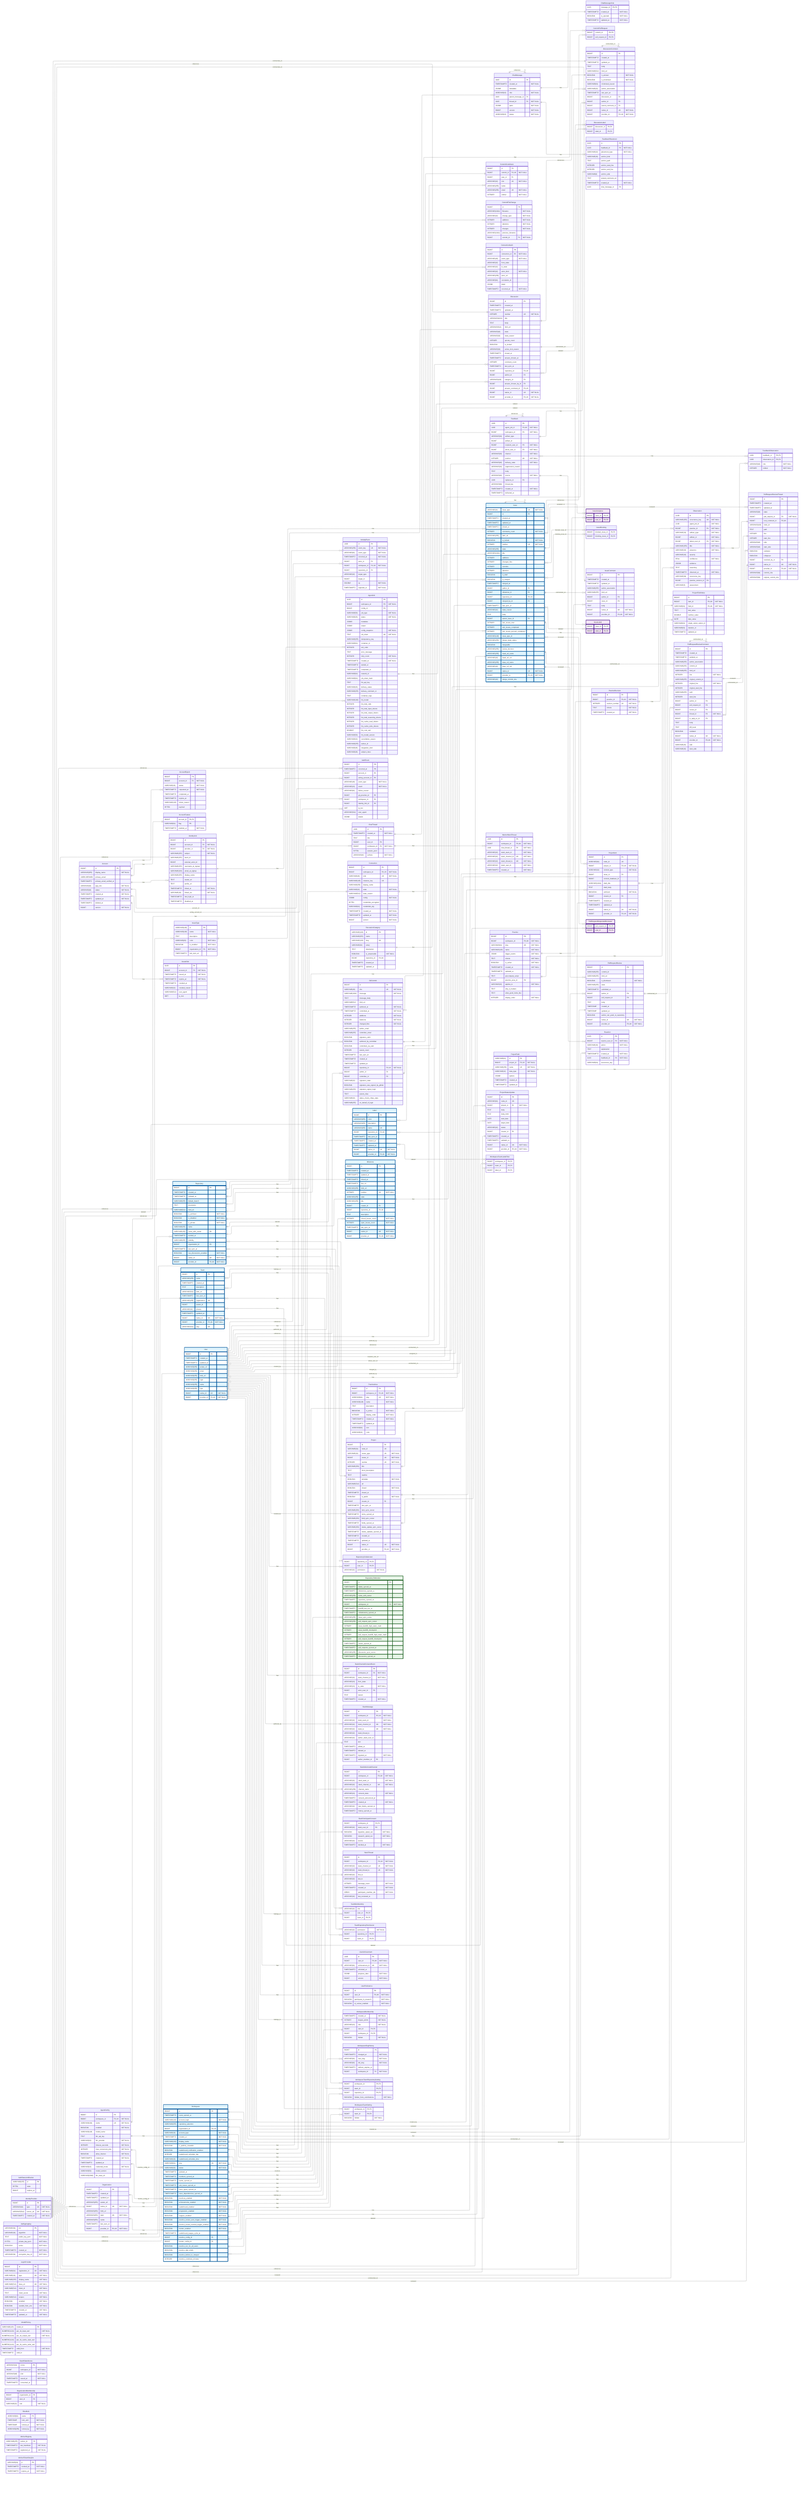
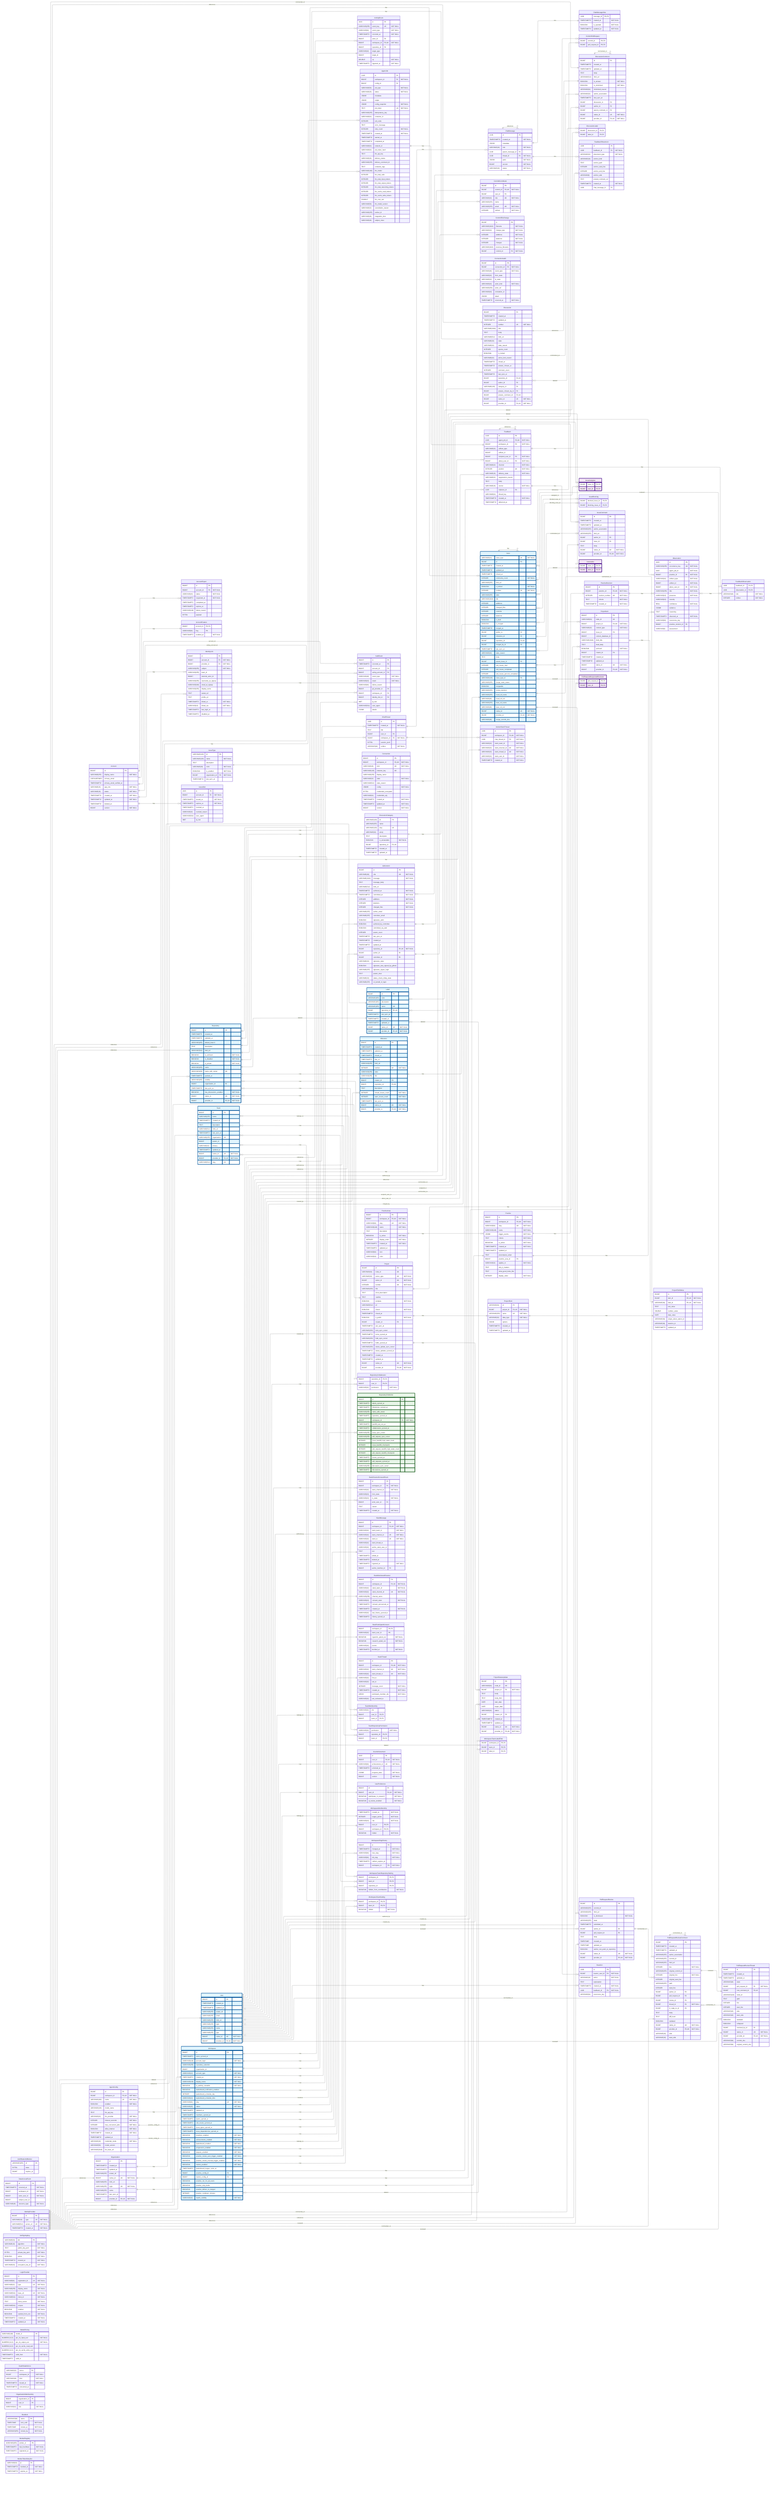
---
config:
    layout: elk
---
erDiagram
    %% Generated automatically from PostgreSQL database schema
    %% using scripts/generate-mermaid-erd.ts
    %% To regenerate: pnpm run db:generate-erd-docs

    direction LR

    Account {
        BIGINT id PK
        VARCHAR(255) display_name "NOT NULL"
        USER-DEFINED primary_email
        TIMESTAMPTZ primary_email_verified_at
        VARCHAR(16) app_role "NOT NULL"
        VARCHAR(16) status "NOT NULL"
        TIMESTAMPTZ created_at "NOT NULL"
        TIMESTAMPTZ updated_at "NOT NULL"
        TIMESTAMPTZ deleted_at
        BIGINT version "NOT NULL"
    }

    AccountExport {
        BIGINT id PK
        BIGINT account_id FK "NOT NULL"
        VARCHAR(16) status "NOT NULL"
        TIMESTAMPTZ requested_at "NOT NULL"
        TIMESTAMPTZ completed_at
        TIMESTAMPTZ expires_at
        VARCHAR(128) failure_reason
        BYTEA payload
    }

    AccountFeature {
        BIGINT account_id PK,FK
        VARCHAR(64) flag PK
        TIMESTAMPTZ enabled_at "NOT NULL"
    }

    ActivityEvent {
        UUID id PK
        VARCHAR(255) event_key UK "NOT NULL"
        VARCHAR(64) event_type "NOT NULL"
        TIMESTAMPTZ occurred_at "NOT NULL"
        BIGINT actor_id FK
        BIGINT workspace_id FK,UK "NOT NULL"
        BIGINT repository_id FK
        VARCHAR(32) target_type
        BIGINT target_id
        DOUBLE xp "NOT NULL"
        TIMESTAMPTZ ingested_at "NOT NULL"
    }

    AgentConfig {
        BIGINT id PK
        BIGINT workspace_id FK,UK "NOT NULL"
        VARCHAR(100) name UK "NOT NULL"
        BOOLEAN enabled "NOT NULL"
        VARCHAR(128) model_name
        TEXT llm_api_key
        VARCHAR(32) llm_provider "NOT NULL"
        INTEGER timeout_seconds "NOT NULL"
        INTEGER max_concurrent_jobs "NOT NULL"
        BOOLEAN allow_internet "NOT NULL"
        TIMESTAMPTZ created_at "NOT NULL"
        TIMESTAMPTZ updated_at
        VARCHAR(16) credential_mode "NOT NULL"
        VARCHAR(50) model_version
        VARCHAR(2048) llm_base_url
    }

    AgentJob {
        UUID id PK
        BIGINT workspace_id FK "NOT NULL"
        BIGINT config_id FK
        VARCHAR(50) job_type "NOT NULL"
        VARCHAR(20) status "NOT NULL"
        JSONB metadata
        JSONB output
        JSONB config_snapshot "NOT NULL"
        TEXT job_token UK "NOT NULL"
        VARCHAR(255) idempotency_key
        VARCHAR(64) container_id
        INTEGER exit_code
        TEXT error_message
        INTEGER retry_count "NOT NULL"
        TIMESTAMPTZ created_at "NOT NULL"
        TIMESTAMPTZ started_at
        TIMESTAMPTZ completed_at
        VARCHAR(64) network_id
        VARCHAR(64) job_token_hash
        TEXT llm_api_key
        VARCHAR(20) delivery_status
        VARCHAR(255) delivery_comment_id
        TEXT container_logs
        VARCHAR(100) llm_model
        INTEGER llm_total_calls
        INTEGER llm_total_input_tokens
        INTEGER llm_total_output_tokens
        INTEGER llm_total_reasoning_tokens
        INTEGER llm_cache_read_tokens
        INTEGER llm_cache_write_tokens
        DOUBLE llm_cost_usd
        VARCHAR(50) llm_model_version
        VARCHAR(32) cancellation_reason
        VARCHAR(255) worker_id
        VARCHAR(48) integration_kind
        VARCHAR(48) subject_class
    }

    AuthEvent {
        BIGINT id PK
        TIMESTAMPTZ occurred_at PK
        BIGINT account_id FK
        BIGINT acting_account_id FK
        VARCHAR(48) event_type "NOT NULL"
        VARCHAR(16) result "NOT NULL"
        VARCHAR(64) failure_reason
        BIGINT git_provider_id FK
        BIGINT workspace_id FK
        BIGINT identity_link_id FK
        INET ip_inet
        VARCHAR(512) user_agent
        JSONB details
    }

    AuthRateLimitBucket {
        VARCHAR(255) id PK
        BYTEA state
        BIGINT expires_at
    }

    ChatMessage {
        UUID id PK
        TIMESTAMPTZ created_at "NOT NULL"
        JSONB metadata
        VARCHAR(16) role "NOT NULL"
        UUID parent_message_id FK
        UUID thread_id FK "NOT NULL"
        JSONB parts "NOT NULL"
        BIGINT version "NOT NULL"
        VARCHAR(16) status "NOT NULL"
    }

    ChatMessageVote {
        UUID message_id PK,FK
        TIMESTAMPTZ created_at "NOT NULL"
        BOOLEAN is_upvoted "NOT NULL"
        TIMESTAMPTZ updated_at "NOT NULL"
    }

    ChatThread {
        UUID id PK
        TIMESTAMPTZ created_at "NOT NULL"
        TEXT title
        BIGINT user_id FK
        BIGINT workspace_id FK "NOT NULL"
        BYTEA session_jsonl
        VARCHAR(16) surface "NOT NULL"
    }

    CommitContributor {
        BIGINT id PK
        BIGINT commit_id FK,UK "NOT NULL"
        BIGINT user_id FK
        VARCHAR(32) role UK "NOT NULL"
        VARCHAR(255) name
        VARCHAR(255) email UK "NOT NULL"
        INTEGER ordinal "NOT NULL"
    }

    CommitFileChange {
        BIGINT id PK
        VARCHAR(1024) filename "NOT NULL"
        VARCHAR(32) change_type "NOT NULL"
        INTEGER additions "NOT NULL"
        INTEGER deletions "NOT NULL"
        INTEGER changes "NOT NULL"
        VARCHAR(1024) previous_filename
        BIGINT commit_id FK "NOT NULL"
    }

    CommitPullRequest {
        BIGINT commit_id PK,FK
        BIGINT pull_request_id PK,FK
    }

    Connection {
        BIGINT id PK
        BIGINT workspace_id FK,UK "NOT NULL"
        VARCHAR(48) kind UK "NOT NULL"
        VARCHAR(128) instance_key UK
        VARCHAR(256) display_name
        VARCHAR(32) state "NOT NULL"
        VARCHAR(512) state_reason
        JSONB config "NOT NULL"
        BYTEA credentials_encrypted
        VARCHAR(64) credentials_alg
        TIMESTAMPTZ created_at "NOT NULL"
        TIMESTAMPTZ updated_at "NOT NULL"
        BIGINT version "NOT NULL"
    }

    ConnectionAudit {
        BIGINT id PK
        BIGINT connection_id FK "NOT NULL"
        VARCHAR(48) event_type "NOT NULL"
        VARCHAR(32) from_state
        VARCHAR(32) to_state
        VARCHAR(32) actor_kind "NOT NULL"
        VARCHAR(256) actor_ref
        VARCHAR(64) correlation_id
        JSONB detail
        TIMESTAMPTZ occurred_at "NOT NULL"
+     }
+ 
+     DataAccessEvent {
+         BIGINT id PK
+         TIMESTAMPTZ occurred_at "NOT NULL"
+         BIGINT workspace_id "NOT NULL"
+         BIGINT actor_user_id "NOT NULL"
+         BIGINT subject_user_id
+         VARCHAR(48) resource_type "NOT NULL"
    }

    Discussion {
        BIGINT id PK
        TIMESTAMPTZ created_at
        TIMESTAMPTZ updated_at
        INTEGER number UK "NOT NULL"
        VARCHAR(1024) title
        TEXT body
        VARCHAR(512) html_url
        VARCHAR(16) state
        VARCHAR(32) state_reason
        INTEGER upvote_count
        BOOLEAN is_locked
        VARCHAR(32) active_lock_reason
        TIMESTAMPTZ closed_at
        TIMESTAMPTZ answer_chosen_at
        INTEGER comment_count
        TIMESTAMPTZ last_sync_at
        BIGINT repository_id FK,UK
        BIGINT author_id FK
        VARCHAR(128) category_id FK
        BIGINT answer_chosen_by_id FK
        BIGINT answer_comment_id FK,UK
        BIGINT native_id UK "NOT NULL"
        BIGINT provider_id FK,UK "NOT NULL"
    }

    DiscussionCategory {
        VARCHAR(128) id PK
        VARCHAR(255) name
        VARCHAR(128) slug UK
        VARCHAR(32) emoji
        TEXT description
        BOOLEAN is_answerable "NOT NULL"
        BIGINT repository_id FK,UK
        TIMESTAMPTZ created_at
        TIMESTAMPTZ updated_at
    }

    DiscussionComment {
        BIGINT id PK
        TIMESTAMPTZ created_at
        TIMESTAMPTZ updated_at
        TEXT body
        VARCHAR(512) html_url
        BOOLEAN is_answer "NOT NULL"
        BOOLEAN is_minimized "NOT NULL"
        VARCHAR(64) minimized_reason
        VARCHAR(32) author_association
        TIMESTAMPTZ last_sync_at
        BIGINT discussion_id FK
        BIGINT author_id FK
        BIGINT parent_comment_id FK
        BIGINT native_id UK "NOT NULL"
        BIGINT provider_id FK,UK "NOT NULL"
    }

    DiscussionLabel {
        BIGINT discussion_id PK,FK
        BIGINT label_id PK,FK
    }

    Feedback {
        UUID id PK
        UUID agent_job_id FK,UK "NOT NULL"
        BIGINT workspace_id FK "NOT NULL"
        VARCHAR(32) artifact_type
        BIGINT artifact_id
        BIGINT recipient_user_id FK "NOT NULL"
        BIGINT about_user_id FK "NOT NULL"
        VARCHAR(32) channel "NOT NULL"
        INTEGER position UK "NOT NULL"
        VARCHAR(16) delivery_state "NOT NULL"
        VARCHAR(32) suppression_reason
        TEXT body
        VARCHAR(16) source "NOT NULL"
        UUID replaces_id FK
        VARCHAR(64) thread_key
        TIMESTAMPTZ created_at "NOT NULL"
        TIMESTAMPTZ delivered_at
    }

    FeedbackObservation {
        UUID feedback_id PK,FK
        UUID observation_id PK,FK
        VARCHAR(16) role "NOT NULL"
        INTEGER ordinal "NOT NULL"
    }

    FeedbackPlacement {
        UUID id PK
        UUID feedback_id FK "NOT NULL"
        VARCHAR(32) placement_type "NOT NULL"
        VARCHAR(16) anchor_kind
        TEXT anchor_path
        INTEGER anchor_start_line
        INTEGER anchor_end_line
        VARCHAR(8) anchor_side
        TEXT posted_comment_ref
        TIMESTAMPTZ created_at "NOT NULL"
        UUID chat_message_id FK
    }

    GitCommit {
        BIGINT id PK
        VARCHAR(40) sha UK "NOT NULL"
        VARCHAR(1024) message "NOT NULL"
        TEXT message_body
        VARCHAR(512) html_url
        TIMESTAMPTZ authored_at "NOT NULL"
        TIMESTAMPTZ committed_at "NOT NULL"
        INTEGER additions "NOT NULL"
        INTEGER deletions "NOT NULL"
        INTEGER changed_files "NOT NULL"
        VARCHAR(255) author_email
        VARCHAR(255) committer_email
        BOOLEAN signature_valid
        BOOLEAN authored_by_committer
        BOOLEAN committed_via_web
        INTEGER parent_count
        TIMESTAMPTZ last_sync_at
        TIMESTAMPTZ created_at
        TIMESTAMPTZ updated_at
        BIGINT repository_id FK,UK "NOT NULL"
        BIGINT author_id FK
        BIGINT committer_id FK
        VARCHAR(32) signature_state
        BOOLEAN signature_was_signed_by_github
        VARCHAR(255) signature_signer_login
        TEXT parent_shas
        VARCHAR(32) status_check_rollup_state
        VARCHAR(255) on_behalf_of_login
    }

    IdentityLink {
        BIGINT id PK
        BIGINT account_id FK "NOT NULL"
        BIGINT provider_id FK "NOT NULL"
        VARCHAR(255) subject "NOT NULL"
        VARCHAR(255) team_id
        BIGINT external_actor_id
        VARCHAR(255) username_at_signup
        VARCHAR(320) email_at_signup
        VARCHAR(255) display_name
        TEXT avatar_url
        TEXT profile_url
        TIMESTAMPTZ linked_at "NOT NULL"
        VARCHAR(16) linked_via "NOT NULL"
        TIMESTAMPTZ last_login_at
        TIMESTAMPTZ disabled_at
    }

    IdentityProvider {
        BIGINT id PK
        VARCHAR(10) type UK "NOT NULL"
        VARCHAR(512) server_url UK "NOT NULL"
        TIMESTAMPTZ created_at "NOT NULL"
    }

    Issue {
        VARCHAR(31) issue_type UK "NOT NULL"
        BIGINT id PK
        TIMESTAMPTZ created_at
        TIMESTAMPTZ updated_at
        TIMESTAMPTZ closed_at
        INTEGER comments_count "NOT NULL"
        VARCHAR(255) html_url
        BOOLEAN is_locked "NOT NULL"
        INTEGER number UK "NOT NULL"
        VARCHAR(255) state
        VARCHAR(1024) title
        INTEGER additions
        INTEGER changed_files
        INTEGER commits
        INTEGER deletions
        BOOLEAN is_draft
        BOOLEAN is_merged
        TIMESTAMPTZ merged_at
        BIGINT author_id FK
        BIGINT milestone_id FK
        BIGINT repository_id FK,UK
        BIGINT merged_by_id FK
        TIMESTAMPTZ last_sync_at
        VARCHAR(32) state_reason
        TEXT body
        BIGINT parent_issue_id FK
        INTEGER sub_issues_total
        INTEGER sub_issues_completed
        INTEGER sub_issues_percent_completed
        VARCHAR(128) issue_type_id FK
        VARCHAR(255) merge_state_status
        BOOLEAN mergeable
        VARCHAR(255) review_decision
        VARCHAR(255) head_ref_name
        VARCHAR(40) head_ref_oid
        VARCHAR(255) base_ref_name
        VARCHAR(40) base_ref_oid
        BIGINT native_id UK "NOT NULL"
        BIGINT provider_id FK,UK "NOT NULL"
        VARCHAR(40) merge_commit_sha
    }

    IssueAssignee {
        BIGINT issue_id PK,FK
        BIGINT user_id PK,FK
    }

    IssueBlocking {
        BIGINT blocked_issue_id PK,FK
        BIGINT blocking_issue_id PK,FK
    }

    IssueComment {
        BIGINT id PK
        TIMESTAMPTZ created_at
        TIMESTAMPTZ updated_at
        VARCHAR(255) author_association
        VARCHAR(255) html_url
        BIGINT author_id FK
        BIGINT issue_id FK
        TEXT body
        BIGINT native_id UK "NOT NULL"
        BIGINT provider_id FK,UK "NOT NULL"
    }

    IssueLabel {
        BIGINT issue_id PK,FK
        BIGINT label_id PK,FK
    }

    IssueType {
        VARCHAR(128) id PK
        VARCHAR(128) name "NOT NULL"
        TEXT description
        VARCHAR(20) color "NOT NULL"
        BOOLEAN is_enabled "NOT NULL"
        BIGINT organization_id FK "NOT NULL"
        TIMESTAMPTZ last_sync_at
    }

    IssuedJwt {
        UUID jti PK
        BIGINT account_id FK "NOT NULL"
        TIMESTAMPTZ issued_at "NOT NULL"
        TIMESTAMPTZ expires_at "NOT NULL"
        TIMESTAMPTZ revoked_at
        VARCHAR(32) revoked_reason
        VARCHAR(512) user_agent
        INET ip_inet
    }

    JwtSigningKey {
        VARCHAR(64) kid PK
        VARCHAR(16) algorithm "NOT NULL"
        TEXT public_key_pem "NOT NULL"
        BYTEA private_key_pem "NOT NULL"
        BOOLEAN active "NOT NULL"
        TIMESTAMPTZ created_at "NOT NULL"
        VARCHAR(64) encryption_key_id "NOT NULL"
    }

    Label {
        BIGINT id PK
        VARCHAR(255) color
        VARCHAR(255) description
        VARCHAR(255) name UK
        BIGINT repository_id FK,UK
        TIMESTAMPTZ last_sync_at
        TIMESTAMPTZ created_at
        TIMESTAMPTZ updated_at
        BIGINT native_id UK "NOT NULL"
        BIGINT provider_id FK,UK "NOT NULL"
    }

    LoginProvider {
        BIGINT id PK
        VARCHAR(64) registration_id UK "NOT NULL"
        VARCHAR(10) type UK "NOT NULL"
        VARCHAR(255) display_name "NOT NULL"
        VARCHAR(512) base_url UK "NOT NULL"
        VARCHAR(512) client_id "NOT NULL"
        TEXT client_secret "NOT NULL"
        VARCHAR(512) scopes "NOT NULL"
        BOOLEAN enabled "NOT NULL"
        BOOLEAN seeded_from_env "NOT NULL"
        TIMESTAMPTZ created_at "NOT NULL"
        TIMESTAMPTZ updated_at "NOT NULL"
    }

    MentorSlackThread {
        UUID id PK
        BIGINT workspace_id FK,UK "NOT NULL"
        UUID chat_thread_id FK "NOT NULL"
        VARCHAR(32) slack_team_id "NOT NULL"
        VARCHAR(32) slack_channel_id UK "NOT NULL"
        VARCHAR(32) slack_thread_ts UK "NOT NULL"
        VARCHAR(32) slack_user_id "NOT NULL"
        TIMESTAMPTZ created_at "NOT NULL"
    }

    Milestone {
        BIGINT id PK
        TIMESTAMPTZ created_at
        TIMESTAMPTZ updated_at
        TIMESTAMPTZ closed_at
        TIMESTAMPTZ due_on
        VARCHAR(255) html_url
        INTEGER number UK "NOT NULL"
        VARCHAR(255) state
        VARCHAR(255) title
        BIGINT creator_id FK
        BIGINT repository_id FK,UK
        TEXT description
        INTEGER closed_issues_count "NOT NULL"
        INTEGER open_issues_count "NOT NULL"
        TIMESTAMPTZ last_sync_at
        BIGINT native_id UK "NOT NULL"
        BIGINT provider_id FK,UK "NOT NULL"
    }

    ModelPricing {
        VARCHAR(128) model_id PK
        NUMERIC(12,6) per_1k_input_usd "NOT NULL"
        NUMERIC(12,6) per_1k_output_usd "NOT NULL"
        NUMERIC(12,6) per_1k_cache_read_usd
        NUMERIC(12,6) per_1k_cache_write_usd
        TIMESTAMPTZ valid_from "NOT NULL"
        TIMESTAMPTZ valid_to
    }

    OauthStateNonce {
        VARCHAR(32) nonce PK
        BIGINT workspace_id "NOT NULL"
        VARCHAR(48) kind "NOT NULL"
        TIMESTAMPTZ issued_at "NOT NULL"
        TIMESTAMPTZ consumed_at
    }

    Observation {
        UUID id PK
        VARCHAR(255) occurrence_key UK "NOT NULL"
        UUID agent_job_id "NOT NULL"
        BIGINT practice_id FK "NOT NULL"
        VARCHAR(32) artifact_type "NOT NULL"
        BIGINT artifact_id "NOT NULL"
        BIGINT about_user_id FK "NOT NULL"
        VARCHAR(255) title "NOT NULL"
        VARCHAR(16) presence "NOT NULL"
        VARCHAR(16) severity
        REAL confidence "NOT NULL"
        JSONB evidence
        TEXT reasoning
        TIMESTAMPTZ observed_at "NOT NULL"
        VARCHAR(64) recurrence_key
        BIGINT practice_revision_id FK
        VARCHAR(8) assessment
    }

    Organization {
        BIGINT id PK
        TIMESTAMPTZ created_at
        TIMESTAMPTZ updated_at
        VARCHAR(255) avatar_url
        BIGINT native_id UK "NOT NULL"
        VARCHAR(255) html_url
        VARCHAR(255) login UK "NOT NULL"
        VARCHAR(255) name
        TIMESTAMPTZ last_sync_at
        BIGINT provider_id FK,UK "NOT NULL"
    }

    OrganizationMembership {
        BIGINT organization_id PK
        BIGINT user_id PK
        VARCHAR(32) role "NOT NULL"
    }

    Practice {
        BIGINT id PK
        BIGINT workspace_id FK,UK "NOT NULL"
        VARCHAR(64) slug UK "NOT NULL"
        VARCHAR(128) name "NOT NULL"
        JSONB trigger_events "NOT NULL"
        TEXT criteria "NOT NULL"
        BOOLEAN is_active "NOT NULL"
        TIMESTAMPTZ created_at "NOT NULL"
        TIMESTAMPTZ updated_at
        TEXT precompute_script
        BIGINT practice_area_id FK
        VARCHAR(32) applies_to "NOT NULL"
        TEXT why_it_matters
        TEXT what_good_looks_like
        INTEGER display_order "NOT NULL"
    }

    PracticeArea {
        BIGINT id PK
        BIGINT workspace_id FK,UK "NOT NULL"
        VARCHAR(64) slug UK "NOT NULL"
        VARCHAR(128) name "NOT NULL"
        TEXT description
        BOOLEAN is_active "NOT NULL"
        INTEGER display_order "NOT NULL"
        TIMESTAMPTZ created_at "NOT NULL"
        TIMESTAMPTZ updated_at
        VARCHAR(64) icon
        VARCHAR(32) color
    }

    PracticeRevision {
        BIGINT id PK
        BIGINT practice_id FK,UK "NOT NULL"
        INTEGER revision_number UK "NOT NULL"
        TEXT criteria "NOT NULL"
        TIMESTAMPTZ created_at "NOT NULL"
    }

    Project {
        BIGINT id PK
        VARCHAR(64) node_id UK
        VARCHAR(32) owner_type UK "NOT NULL"
        BIGINT owner_id UK "NOT NULL"
        INTEGER number UK "NOT NULL"
        VARCHAR(256) title
        TEXT short_description
        TEXT readme
        BOOLEAN template "NOT NULL"
        VARCHAR(512) url
        BOOLEAN closed "NOT NULL"
        TIMESTAMPTZ closed_at
        BOOLEAN is_public "NOT NULL"
        BIGINT creator_id FK
        TIMESTAMPTZ last_sync_at
        VARCHAR(256) item_sync_cursor
        TIMESTAMPTZ items_synced_at
        VARCHAR(256) field_sync_cursor
        TIMESTAMPTZ fields_synced_at
        VARCHAR(256) status_update_sync_cursor
        TIMESTAMPTZ status_updates_synced_at
        TIMESTAMPTZ created_at
        TIMESTAMPTZ updated_at
        BIGINT native_id UK "NOT NULL"
        BIGINT provider_id FK,UK "NOT NULL"
    }

    ProjectField {
        VARCHAR(64) id PK
        BIGINT project_id FK,UK "NOT NULL"
        VARCHAR(256) name UK "NOT NULL"
        VARCHAR(32) data_type "NOT NULL"
        JSONB options
        TIMESTAMPTZ created_at
        TIMESTAMPTZ updated_at
    }

    ProjectFieldValue {
        BIGINT id PK
        BIGINT item_id FK,UK "NOT NULL"
        VARCHAR(64) field_id FK,UK "NOT NULL"
        TEXT text_value
        DOUBLE number_value
        DATE date_value
        VARCHAR(64) single_select_option_id
        VARCHAR(64) iteration_id
        TIMESTAMPTZ updated_at
    }

    ProjectItem {
        BIGINT id PK
        VARCHAR(64) node_id UK
        BIGINT project_id FK,UK "NOT NULL"
        VARCHAR(32) content_type "NOT NULL"
        BIGINT issue_id FK
        BIGINT content_database_id
        VARCHAR(1024) draft_title
        TEXT draft_body
        BOOLEAN archived "NOT NULL"
        BIGINT creator_id FK
        TIMESTAMPTZ created_at
        TIMESTAMPTZ updated_at
        BIGINT native_id UK "NOT NULL"
        BIGINT provider_id FK,UK "NOT NULL"
    }

    ProjectStatusUpdate {
        BIGINT id PK
        VARCHAR(64) node_id UK
        BIGINT project_id FK "NOT NULL"
        TEXT body
        TEXT body_html
        DATE start_date
        DATE target_date
        VARCHAR(32) status
        BIGINT creator_id FK
        TIMESTAMPTZ created_at
        TIMESTAMPTZ updated_at
        BIGINT native_id UK "NOT NULL"
        BIGINT provider_id FK,UK "NOT NULL"
    }

    PullRequestRequestedReviewer {
        BIGINT pull_request_id PK,FK
        BIGINT user_id PK,FK
    }

    PullRequestReview {
        BIGINT id PK
        VARCHAR(255) commit_id
        VARCHAR(255) html_url
        BOOLEAN is_dismissed "NOT NULL"
        VARCHAR(255) state
        TIMESTAMPTZ submitted_at
        BIGINT author_id FK
        BIGINT pull_request_id FK
        TEXT body
        TIMESTAMP created_at
        TIMESTAMP updated_at
        BOOLEAN author_can_push_to_repository
        BIGINT native_id UK "NOT NULL"
        BIGINT provider_id FK,UK "NOT NULL"
    }

    PullRequestReviewComment {
        BIGINT id PK
        TIMESTAMPTZ created_at
        TIMESTAMPTZ updated_at
        VARCHAR(255) author_association
        VARCHAR(255) commit_id
        VARCHAR(255) html_url
        INTEGER line "NOT NULL"
        VARCHAR(255) original_commit_id
        INTEGER original_line "NOT NULL"
        INTEGER original_start_line
        VARCHAR(255) path
        INTEGER start_line
        BIGINT author_id FK
        BIGINT pull_request_id FK
        BIGINT review_id FK
        BIGINT thread_id FK "NOT NULL"
        BIGINT in_reply_to_id FK
        TEXT body
        TEXT diff_hunk
        BOOLEAN outdated
        BIGINT native_id UK "NOT NULL"
        BIGINT provider_id FK,UK "NOT NULL"
        VARCHAR(16) side
        VARCHAR(16) start_side
    }

    PullRequestReviewThread {
        BIGINT id PK
        TIMESTAMPTZ created_at
        TIMESTAMPTZ updated_at
        VARCHAR(20) state
        BIGINT pull_request_id FK "NOT NULL"
        BIGINT root_comment_id FK,UK
        VARCHAR(128) node_id
        TEXT path
        INTEGER line
        INTEGER start_line
        VARCHAR(16) side
        VARCHAR(16) start_side
        BOOLEAN outdated
        BOOLEAN collapsed
        BIGINT resolved_by_id FK
        BIGINT native_id UK "NOT NULL"
        BIGINT provider_id FK,UK "NOT NULL"
        VARCHAR(64) commit_sha
        VARCHAR(64) original_commit_sha
    }

    Reaction {
        UUID id PK
        BIGINT reactor_user_id FK "NOT NULL"
        VARCHAR(16) action "NOT NULL"
        TEXT explanation
        TIMESTAMPTZ created_at "NOT NULL"
        UUID feedback_id FK "NOT NULL"
        VARCHAR(64) recurrence_key
    }

    Repository {
        BIGINT id PK
        TIMESTAMPTZ created_at
        TIMESTAMPTZ updated_at
        VARCHAR(255) default_branch
        TEXT description
        VARCHAR(512) html_url
        BOOLEAN is_archived "NOT NULL"
        BOOLEAN is_disabled "NOT NULL"
        BOOLEAN is_private "NOT NULL"
        VARCHAR(255) name
        VARCHAR(150) name_with_owner UK
        TIMESTAMPTZ pushed_at
        VARCHAR(255) visibility
        BIGINT organization_id FK
        TIMESTAMPTZ last_sync_at
        BOOLEAN has_discussions_enabled "NOT NULL"
        BIGINT native_id UK "NOT NULL"
        BIGINT provider_id FK,UK "NOT NULL"
    }

    RepositoryCollaborator {
        BIGINT repository_id PK,FK
        BIGINT user_id PK,FK
        VARCHAR(32) permission "NOT NULL"
    }

    RepositoryToMonitor {
        BIGINT id PK
        TIMESTAMPTZ labels_synced_at
        TIMESTAMPTZ milestones_synced_at
        VARCHAR(255) name_with_owner
        TIMESTAMPTZ repository_synced_at
        BIGINT workspace_id FK "NOT NULL"
        TIMESTAMPTZ backfill_last_run_at
        TIMESTAMPTZ collaborators_synced_at
        VARCHAR(255) issue_sync_cursor
        VARCHAR(255) pull_request_sync_cursor
        INTEGER issue_backfill_high_water_mark
        INTEGER issue_backfill_checkpoint
        INTEGER pull_request_backfill_high_water_mark
        INTEGER pull_request_backfill_checkpoint
        TIMESTAMPTZ issues_synced_at
        TIMESTAMPTZ pull_requests_synced_at
        VARCHAR(255) discussion_sync_cursor
        TIMESTAMPTZ discussions_synced_at
    }

    Shedlock {
        VARCHAR(64) name PK
        TIMESTAMP lock_until "NOT NULL"
        TIMESTAMP locked_at "NOT NULL"
        VARCHAR(255) locked_by "NOT NULL"
    }

    SlackChannelConsentEvent {
        BIGINT id PK
        BIGINT workspace_id FK "NOT NULL"
        VARCHAR(32) slack_channel_id "NOT NULL"
        VARCHAR(16) from_state
        VARCHAR(16) to_state "NOT NULL"
        BIGINT actor_user_id FK
        TEXT reason
        TIMESTAMPTZ created_at "NOT NULL"
    }

    SlackMessage {
        BIGINT id PK
        BIGINT workspace_id FK,UK "NOT NULL"
        VARCHAR(32) slack_team_id "NOT NULL"
        VARCHAR(32) slack_channel_id UK "NOT NULL"
        VARCHAR(32) slack_ts UK "NOT NULL"
        VARCHAR(32) slack_thread_ts
        VARCHAR(32) author_slack_user_id
        TEXT text
        TIMESTAMPTZ edited_at
        TIMESTAMPTZ deleted_at
        TIMESTAMPTZ ingested_at "NOT NULL"
        BIGINT author_member_id FK
    }

    SlackMonitoredChannel {
        BIGINT id PK
        BIGINT workspace_id FK,UK "NOT NULL"
        VARCHAR(32) slack_team_id "NOT NULL"
        VARCHAR(32) slack_channel_id UK "NOT NULL"
        VARCHAR(256) channel_name
        VARCHAR(16) consent_state "NOT NULL"
        TIMESTAMPTZ consent_announced_at
        TIMESTAMPTZ created_at "NOT NULL"
        VARCHAR(32) last_history_synced_ts
        TIMESTAMPTZ history_synced_at
    }

    SlackParticipantConsent {
        BIGINT workspace_id PK,FK
        VARCHAR(32) slack_user_id PK
        BOOLEAN ingestion_opted_out "NOT NULL"
        BOOLEAN research_opted_out "NOT NULL"
        VARCHAR(32) source
        TIMESTAMPTZ decided_at "NOT NULL"
    }

    SlackThread {
        BIGINT id PK
        BIGINT workspace_id FK,UK "NOT NULL"
        VARCHAR(32) slack_channel_id UK "NOT NULL"
        VARCHAR(32) slack_thread_ts UK "NOT NULL"
        VARCHAR(32) first_ts
        VARCHAR(32) last_ts
        INTEGER message_count "NOT NULL"
        TIMESTAMPTZ created_at "NOT NULL"
        ARRAY participant_member_ids "NOT NULL"
        VARCHAR(32) last_reviewed_ts
    }

    Team {
        BIGINT id PK
        VARCHAR(255) name
        TIMESTAMPTZ created_at
        TEXT description
        VARCHAR(512) html_url
        TIMESTAMPTZ last_sync_at
        VARCHAR(255) organization UK
        BIGINT parent_id
        VARCHAR(32) privacy
        TIMESTAMPTZ updated_at
        BIGINT native_id UK "NOT NULL"
        BIGINT provider_id FK,UK "NOT NULL"
        VARCHAR(512) slug UK
    }

    TeamMembership {
        VARCHAR(32) role
        BIGINT user_id PK,FK
        BIGINT team_id PK,FK
    }

    TeamRepositoryPermission {
        VARCHAR(32) permission "NOT NULL"
        BIGINT repository_id PK,FK
        BIGINT team_id PK,FK
    }

    User {
        BIGINT id PK
        TIMESTAMPTZ created_at
        TIMESTAMPTZ updated_at
        VARCHAR(255) avatar_url
        VARCHAR(255) email
        VARCHAR(255) html_url
        VARCHAR(255) login
        VARCHAR(255) name
        VARCHAR(255) type
        BIGINT native_id UK "NOT NULL"
        BIGINT provider_id FK,UK "NOT NULL"
    }

    UserAchievement {
        UUID id PK
        BIGINT user_id FK,UK "NOT NULL"
        VARCHAR(64) achievement_id UK "NOT NULL"
        TIMESTAMPTZ unlocked_at
        JSONB progress_data "NOT NULL"
        BIGINT version "NOT NULL"
    }

    UserPreference {
        BIGINT id PK
        BIGINT user_id FK,UK "NOT NULL"
        BOOLEAN participate_in_research "NOT NULL"
        BOOLEAN ai_review_enabled "NOT NULL"
    }

    WorkerRegistry {
        VARCHAR(255) worker_id PK
        TIMESTAMPTZ last_heartbeat "NOT NULL"
        TIMESTAMPTZ registered_at "NOT NULL"
    }

    WorkerTokenDenylist {
        VARCHAR(64) jti PK
        TIMESTAMPTZ revoked_at "NOT NULL"
        TIMESTAMPTZ expires_at "NOT NULL"
    }

    Workspace {
        BIGINT id PK
        TIMESTAMPTZ users_synced_at
        VARCHAR(120) account_login "NOT NULL"
        VARCHAR(255) repository_selection
        BIGINT organization_id FK,UK
        VARCHAR(10) account_type "NOT NULL"
        TIMESTAMPTZ created_at "NOT NULL"
        VARCHAR(120) display_name "NOT NULL"
        BOOLEAN is_publicly_viewable "NOT NULL"
        BOOLEAN leaderboard_notification_enabled
        INTEGER leaderboard_schedule_day
        VARCHAR(10) leaderboard_schedule_time
        VARCHAR(64) slug UK "NOT NULL"
        VARCHAR(20) status "NOT NULL"
        TIMESTAMPTZ updated_at
        TIMESTAMPTZ members_synced_at
        TIMESTAMPTZ teams_synced_at
        TIMESTAMPTZ sub_issues_synced_at
        TIMESTAMPTZ issue_types_synced_at
        TIMESTAMPTZ issue_dependencies_synced_at
        BOOLEAN practices_enabled "NOT NULL"
        BOOLEAN achievements_enabled "NOT NULL"
        BOOLEAN leaderboard_enabled "NOT NULL"
        BOOLEAN progression_enabled "NOT NULL"
        BOOLEAN leagues_enabled "NOT NULL"
        BOOLEAN practice_review_auto_trigger_enabled "NOT NULL"
        BOOLEAN practice_review_manual_trigger_enabled "NOT NULL"
        BOOLEAN mentor_enabled "NOT NULL"
        TIMESTAMPTZ leaderboard_league_cycle_at
        BIGINT practice_config_id FK
        BIGINT mentor_config_id FK
        BOOLEAN practice_run_for_all_users
        BOOLEAN practice_skip_drafts
        BOOLEAN practice_deliver_to_merged
        INTEGER practice_cooldown_minutes
+         VARCHAR(32) health_visibility "NOT NULL"
    }

    WorkspaceMembership {
        TIMESTAMPTZ created_at "NOT NULL"
        INTEGER league_points "NOT NULL"
        VARCHAR(16) role "NOT NULL"
        BIGINT user_id PK,FK
        BIGINT workspace_id PK,FK
        BOOLEAN hidden "NOT NULL"
    }

    WorkspaceSlugHistory {
        BIGINT id PK
        TIMESTAMPTZ changed_at "NOT NULL"
        VARCHAR(64) new_slug "NOT NULL"
        VARCHAR(64) old_slug "NOT NULL"
        TIMESTAMPTZ redirect_expires_at
        BIGINT workspace_id FK "NOT NULL"
    }

    WorkspaceTeamLabelFilter {
        BIGINT workspace_id PK,FK
        BIGINT team_id PK,FK
        BIGINT label_id PK,FK
    }

    WorkspaceTeamRepositorySetting {
        BIGINT workspace_id PK,FK
        BIGINT team_id PK,FK
        BIGINT repository_id PK,FK
        BOOLEAN hidden_from_contributions "NOT NULL"
    }

    WorkspaceTeamSetting {
        BIGINT workspace_id PK,FK
        BIGINT team_id PK,FK
        BOOLEAN hidden "NOT NULL"
    }

    %% Relationships
    %% One-to-One relationships
    Account ||--|| AccountFeature : has
    Workspace ||--|| ActivityEvent : has
    Workspace ||--|| AgentConfig : has
    ChatMessage ||--|| ChatMessageVote : has
    GitCommit ||--|| CommitContributor : has
    Workspace ||--|| Connection : has
    Repository ||--|| Discussion : has
    DiscussionComment ||--|| Discussion : references
    IdentityProvider ||--|| Discussion : references
    Repository ||--|| DiscussionCategory : has
    IdentityProvider ||--|| DiscussionComment : commented_on
    AgentJob ||--|| Feedback : has
    Repository ||--|| GitCommit : has
    Repository ||--|| Issue : has
    IdentityProvider ||--|| Issue : references
    IdentityProvider ||--|| IssueComment : commented_on
    Repository ||--|| Label : labeled
    IdentityProvider ||--|| Label : labeled
    Workspace ||--|| MentorSlackThread : has
    Repository ||--|| Milestone : has
    IdentityProvider ||--|| Milestone : references
    IdentityProvider ||--|| Organization : references
    Workspace ||--|| Practice : has
    Workspace ||--|| PracticeArea : has
    Practice ||--|| PracticeRevision : has
    IdentityProvider ||--|| Project : references
    Project ||--|| ProjectField : has
    ProjectItem ||--|| ProjectFieldValue : has
    ProjectField ||--|| ProjectFieldValue : has
    Project ||--|| ProjectItem : has
    IdentityProvider ||--|| ProjectItem : references
    IdentityProvider ||--|| ProjectStatusUpdate : references
    IdentityProvider ||--|| PullRequestReview : reviewed
    IdentityProvider ||--|| PullRequestReviewComment : commented_on
    PullRequestReviewComment ||--|| PullRequestReviewThread : reviewed
    IdentityProvider ||--|| PullRequestReviewThread : reviewed
    IdentityProvider ||--|| Repository : references
    Workspace ||--|| SlackMessage : has
    Workspace ||--|| SlackMonitoredChannel : has
    Workspace ||--|| SlackParticipantConsent : has
    Workspace ||--|| SlackThread : has
    IdentityProvider ||--|| Team : references
    IdentityProvider ||--|| User : references
    User ||--|| UserAchievement : has
    User ||--|| UserPreference : has
    Organization ||--|| Workspace : has
    User ||--|| WorkspaceMembership : belongs_to
    Workspace ||--|| WorkspaceMembership : belongs_to

    %% One-to-Many relationships
    Account ||--o{ AccountExport : has
    User ||--o{ ActivityEvent : references
    Repository ||--o{ ActivityEvent : has
    Workspace ||--o{ AgentJob : has
    AgentConfig ||--o{ AgentJob : has
    Account ||--o{ AuthEvent : account_id
    Account ||--o{ AuthEvent : acting_account_id
    IdentityProvider ||--o{ AuthEvent : references
    Workspace ||--o{ AuthEvent : has
    IdentityLink ||--o{ AuthEvent : has
    ChatMessage ||--o{ ChatMessage : references
    ChatThread ||--o{ ChatMessage : has
    User ||--o{ ChatThread : has
    Workspace ||--o{ ChatThread : has
    User ||--o{ CommitContributor : has
    GitCommit ||--o{ CommitFileChange : has
    Connection ||--o{ ConnectionAudit : has
    User ||--o{ Discussion : authored_by
    DiscussionCategory ||--o{ Discussion : has
    User ||--o{ Discussion : references
    Discussion ||--o{ DiscussionComment : commented_on
    User ||--o{ DiscussionComment : commented_on
    DiscussionComment ||--o{ DiscussionComment : commented_on
    Workspace ||--o{ Feedback : has
    User ||--o{ Feedback : recipient_user_id
    User ||--o{ Feedback : about_user_id
    Feedback ||--o{ Feedback : references
    Feedback ||--o{ FeedbackPlacement : has
    ChatMessage ||--o{ FeedbackPlacement : has
    User ||--o{ GitCommit : authored_by
    User ||--o{ GitCommit : references
    Account ||--o{ IdentityLink : has
    IdentityProvider ||--o{ IdentityLink : references
    User ||--o{ Issue : authored_by
    Milestone ||--o{ Issue : has
    User ||--o{ Issue : merged_by
    Issue ||--o{ Issue : has
    IssueType ||--o{ Issue : has
    User ||--o{ IssueComment : commented_on
    Issue ||--o{ IssueComment : commented_on
    Organization ||--o{ IssueType : has
    Account ||--o{ IssuedJwt : has
    ChatThread ||--o{ MentorSlackThread : has
    User ||--o{ Milestone : created_by
    Practice ||--o{ Observation : has
    User ||--o{ Observation : has
    PracticeRevision ||--o{ Observation : has
    PracticeArea ||--o{ Practice : has
    User ||--o{ Project : created_by
    Issue ||--o{ ProjectItem : has
    User ||--o{ ProjectItem : created_by
    Project ||--o{ ProjectStatusUpdate : has
    User ||--o{ ProjectStatusUpdate : created_by
    User ||--o{ PullRequestReview : reviewed
    Issue ||--o{ PullRequestReview : reviewed
    User ||--o{ PullRequestReviewComment : commented_on
    Issue ||--o{ PullRequestReviewComment : commented_on
    PullRequestReview ||--o{ PullRequestReviewComment : commented_on
    PullRequestReviewThread ||--o{ PullRequestReviewComment : commented_on
    PullRequestReviewComment ||--o{ PullRequestReviewComment : commented_on
    Issue ||--o{ PullRequestReviewThread : reviewed
    User ||--o{ PullRequestReviewThread : reviewed
    User ||--o{ Reaction : has
    Feedback ||--o{ Reaction : has
    Organization ||--o{ Repository : has
    Workspace ||--o{ RepositoryToMonitor : monitors
    Workspace ||--o{ SlackChannelConsentEvent : has
    User ||--o{ SlackChannelConsentEvent : has
    User ||--o{ SlackMessage : authored_by
    AgentConfig ||--o{ Workspace : practice_config_id
    AgentConfig ||--o{ Workspace : mentor_config_id
    Workspace ||--o{ WorkspaceSlugHistory : has

    %% Many-to-Many relationships
    GitCommit }o--o{ CommitPullRequest : has
    Issue }o--o{ CommitPullRequest : references
    Discussion }o--o{ DiscussionLabel : labeled
    Label }o--o{ DiscussionLabel : labeled
    Feedback }o--o{ FeedbackObservation : has
    Observation }o--o{ FeedbackObservation : has
    Issue }o--o{ IssueAssignee : assigned_to
    User }o--o{ IssueAssignee : assigned_to
    Issue }o--o{ IssueBlocking : blocked_issue_id
    Issue }o--o{ IssueBlocking : blocking_issue_id
    Issue }o--o{ IssueLabel : labeled
    Label }o--o{ IssueLabel : labeled
    Issue }o--o{ PullRequestRequestedReviewer : reviewed
    User }o--o{ PullRequestRequestedReviewer : reviewed
    Repository }o--o{ RepositoryCollaborator : has
    User }o--o{ RepositoryCollaborator : has
    User }o--o{ TeamMembership : belongs_to
    Team }o--o{ TeamMembership : belongs_to
    Repository }o--o{ TeamRepositoryPermission : has
    Team }o--o{ TeamRepositoryPermission : has
    Workspace }o--o{ WorkspaceTeamLabelFilter : labeled
    Team }o--o{ WorkspaceTeamLabelFilter : labeled
    Label }o--o{ WorkspaceTeamLabelFilter : labeled
    Workspace }o--o{ WorkspaceTeamRepositorySetting : has
    Team }o--o{ WorkspaceTeamRepositorySetting : has
    Repository }o--o{ WorkspaceTeamRepositorySetting : has
    Workspace }o--o{ WorkspaceTeamSetting : has
    Team }o--o{ WorkspaceTeamSetting : has

    %% Styling
    classDef primaryEntity fill:#e1f5fe,stroke:#01579b,stroke-width:2px
    classDef associationEntity fill:#f3e5f5,stroke:#4a148c,stroke-width:2px
    classDef metadataEntity fill:#e8f5e8,stroke:#1b5e20,stroke-width:2px

    class Issue primaryEntity
    class IssueAssignee associationEntity
    class IssueLabel associationEntity
    class Label primaryEntity
    class Milestone primaryEntity
    class PullRequestRequestedReviewer associationEntity
    class Repository primaryEntity
    class RepositoryToMonitor metadataEntity
    class Team primaryEntity
    class User primaryEntity
    class Workspace primaryEntity
